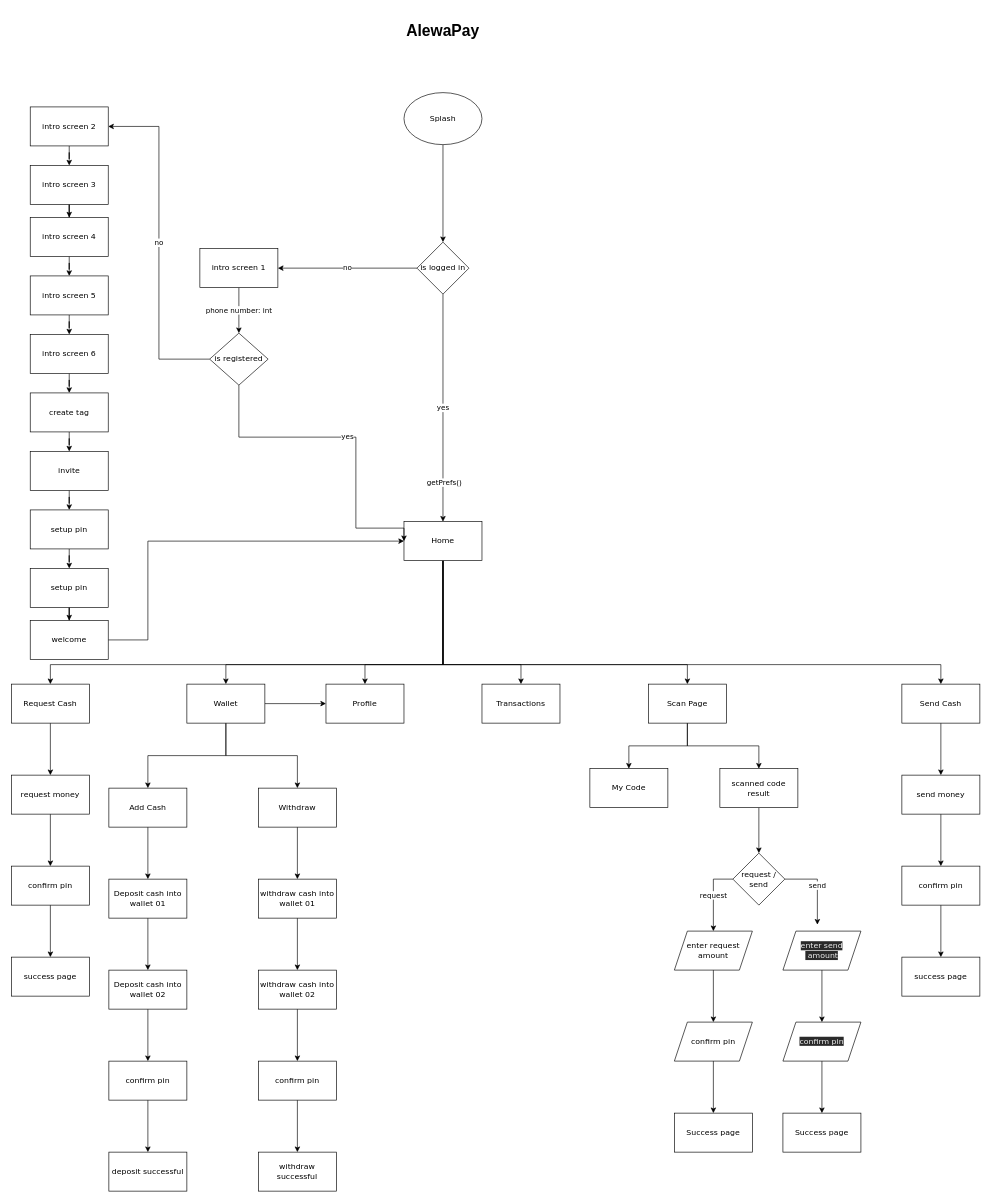
Above: alewapay flowchart.drawio in cr34t1ve/alewapay (draw.io), before the change. Source tidied: cells renumbered, new cells numbered last; positions are measured from the earlier drawing's top-left corner, leaving out a move shared by most shapes. Both pictures are drawn from the tidied source at 65%, with x=0, y=0 at pixel (11, 21).
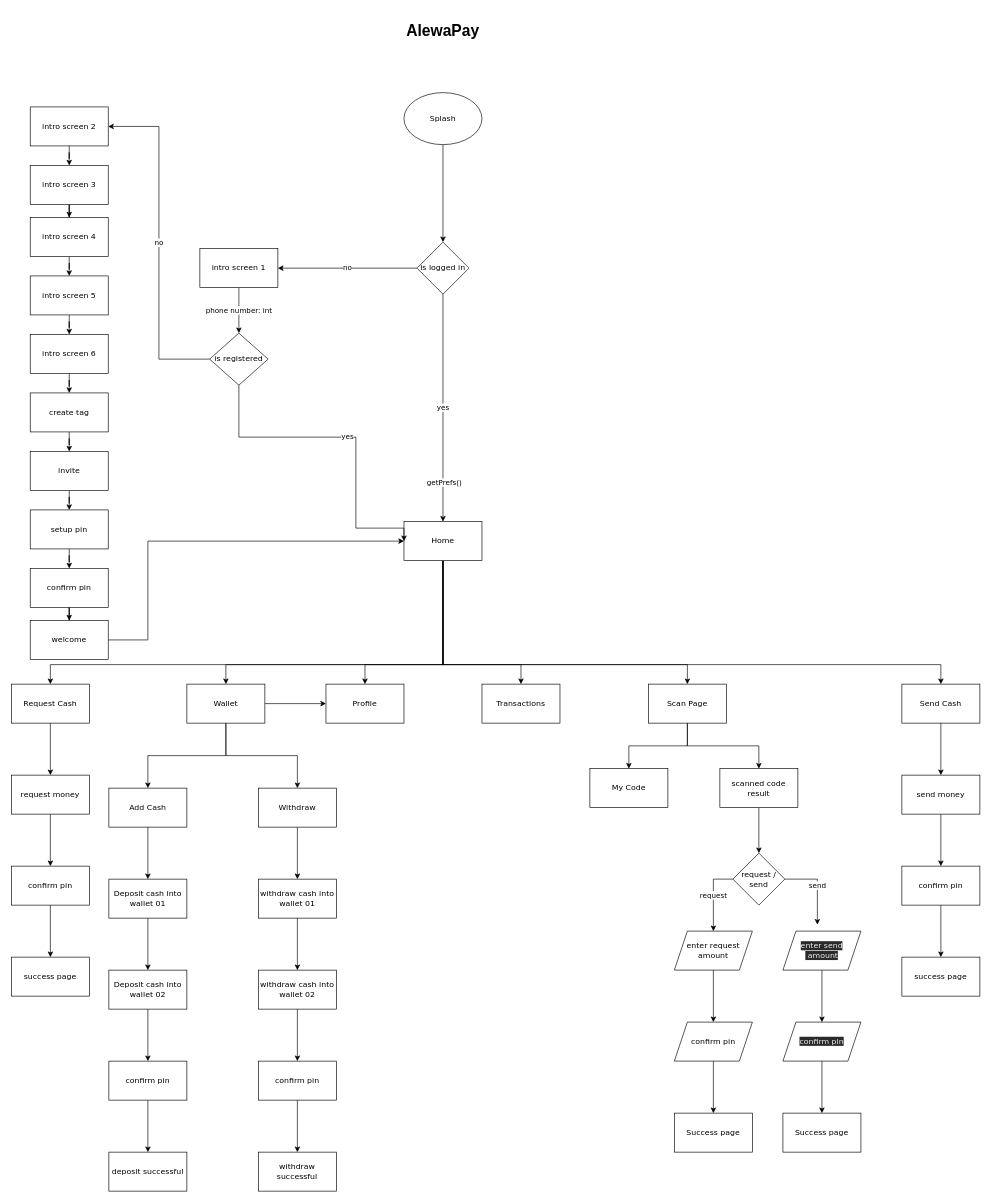
The same page after the edit.

What changed in the source:
```diff
@@
-    <mxCell id="38" value="setup pin" style="rounded=0;whiteSpace=wrap;html=1;fontFamily=Verdana;" parent="1" vertex="1">
+    <mxCell id="38" value="confirm pin" style="rounded=0;whiteSpace=wrap;html=1;fontFamily=Verdana;" parent="1" vertex="1">
       <mxGeometry x="29" y="842" width="120" height="60" as="geometry" />
     </mxCell>
```
